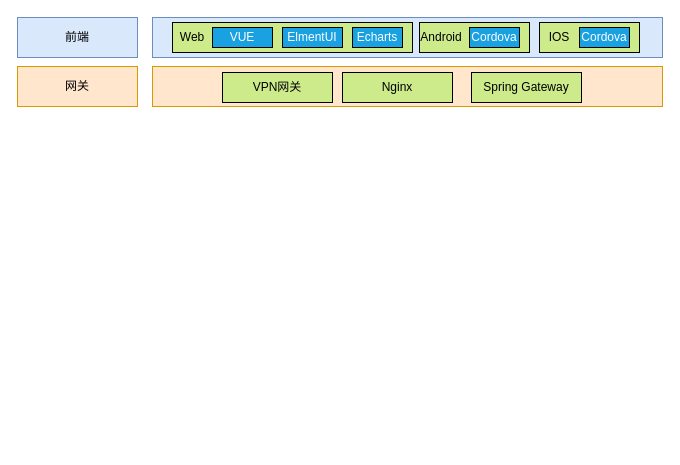
Earlier version of the draw.io diagram IETP架构.drawio (DemonHan/KuickBuy). Source tidied: cells renumbered, new cells numbered last; positions are measured from the earlier drawing's top-left corner, leaving out a move shared by most shapes. Both pictures are drawn from the tidied source at 100%, with x=0, y=0 at pixel (17, 17).
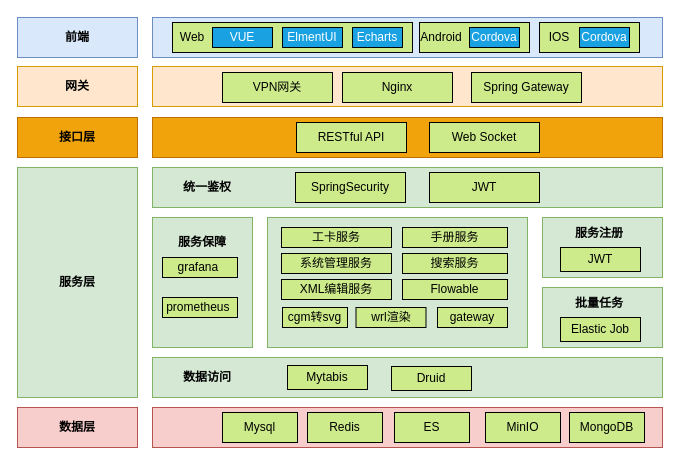
The same diagram, later.

The edit, as a diff of the source:
```diff
@@
-    <mxCell id="2" value="前端" style="rounded=0;whiteSpace=wrap;html=1;fillColor=#dae8fc;strokeColor=#6c8ebf;" parent="1" vertex="1">
+    <mxCell id="2" value="前端" style="rounded=0;whiteSpace=wrap;html=1;fillColor=#dae8fc;strokeColor=#6c8ebf;fontStyle=1;" parent="1" vertex="1">
       <mxGeometry width="120" height="40" as="geometry" />
     </mxCell>
@@
-    <mxCell id="15" value="网关" style="rounded=0;whiteSpace=wrap;html=1;fillColor=#ffe6cc;strokeColor=#d79b00;" parent="1" vertex="1">
+    <mxCell id="15" value="网关" style="rounded=0;whiteSpace=wrap;html=1;fillColor=#ffe6cc;strokeColor=#d79b00;fontStyle=1;" parent="1" vertex="1">
       <mxGeometry y="49" width="120" height="40" as="geometry" />
     </mxCell>
@@
+    <mxCell id="20" value="接口层" style="rounded=0;whiteSpace=wrap;html=1;fillColor=#f0a30a;strokeColor=#BD7000;fontColor=#000000;fontStyle=1;" parent="1" vertex="1">
+      <mxGeometry y="100" width="120" height="40" as="geometry" />
+    </mxCell>
+    <mxCell id="21" style="rounded=0;whiteSpace=wrap;html=1;fillColor=#f0a30a;strokeColor=#BD7000;fontColor=#000000;" parent="1" vertex="1">
+      <mxGeometry x="135" y="100" width="510" height="40" as="geometry" />
+    </mxCell>
+    <mxCell id="22" value="RESTful API" style="rounded=0;whiteSpace=wrap;html=1;fillColor=#CDEB8B;" parent="1" vertex="1">
+      <mxGeometry x="279" y="105" width="110" height="30" as="geometry" />
+    </mxCell>
+    <mxCell id="23" value="Web Socket" style="rounded=0;whiteSpace=wrap;html=1;fillColor=#CDEB8B;" parent="1" vertex="1">
+      <mxGeometry x="412" y="105" width="110" height="30" as="geometry" />
+    </mxCell>
+    <mxCell id="24" value="服务层" style="rounded=0;whiteSpace=wrap;html=1;fillColor=#d5e8d4;strokeColor=#82b366;fontStyle=1;" parent="1" vertex="1">
+      <mxGeometry y="150" width="120" height="230" as="geometry" />
+    </mxCell>
+    <mxCell id="25" style="rounded=0;whiteSpace=wrap;html=1;fillColor=#d5e8d4;strokeColor=#82b366;" parent="1" vertex="1">
+      <mxGeometry x="135" y="150" width="510" height="40" as="geometry" />
+    </mxCell>
+    <mxCell id="26" value="统一鉴权" style="text;html=1;strokeColor=none;fillColor=none;align=center;verticalAlign=middle;whiteSpace=wrap;rounded=0;fontStyle=1;" parent="1" vertex="1">
+      <mxGeometry x="160" y="155" width="60" height="30" as="geometry" />
+    </mxCell>
+    <mxCell id="27" value="SpringSecurity" style="rounded=0;whiteSpace=wrap;html=1;fillColor=#CDEB8B;" parent="1" vertex="1">
+      <mxGeometry x="278" y="155" width="110" height="30" as="geometry" />
+    </mxCell>
+    <mxCell id="28" value="JWT" style="rounded=0;whiteSpace=wrap;html=1;fillColor=#CDEB8B;" parent="1" vertex="1">
+      <mxGeometry x="412" y="155" width="110" height="30" as="geometry" />
+    </mxCell>
+    <mxCell id="29" style="rounded=0;whiteSpace=wrap;html=1;fillColor=#d5e8d4;strokeColor=#82b366;" parent="1" vertex="1">
+      <mxGeometry x="250" y="200" width="260" height="130" as="geometry" />
+    </mxCell>
+    <mxCell id="30" style="rounded=0;whiteSpace=wrap;html=1;fillColor=#d5e8d4;strokeColor=#82b366;" parent="1" vertex="1">
+      <mxGeometry x="135" y="200" width="100" height="130" as="geometry" />
+    </mxCell>
+    <mxCell id="31" value="服务保障" style="text;html=1;strokeColor=none;fillColor=none;align=center;verticalAlign=middle;whiteSpace=wrap;rounded=0;fontStyle=1;" parent="1" vertex="1">
+      <mxGeometry x="155" y="210" width="60" height="30" as="geometry" />
+    </mxCell>
+    <mxCell id="32" value="grafana&amp;nbsp;" style="rounded=0;whiteSpace=wrap;html=1;fillColor=#CDEB8B;" parent="1" vertex="1">
+      <mxGeometry x="145" y="240" width="75" height="20" as="geometry" />
+    </mxCell>
+    <mxCell id="33" value="prometheus&amp;nbsp;" style="rounded=0;whiteSpace=wrap;html=1;fillColor=#CDEB8B;" parent="1" vertex="1">
+      <mxGeometry x="145" y="280" width="75" height="20" as="geometry" />
+    </mxCell>
+    <mxCell id="34" value="工卡服务" style="rounded=0;whiteSpace=wrap;html=1;fillColor=#CDEB8B;" parent="1" vertex="1">
+      <mxGeometry x="264" y="210" width="110" height="20" as="geometry" />
+    </mxCell>
+    <mxCell id="35" value="手册服务" style="rounded=0;whiteSpace=wrap;html=1;fillColor=#CDEB8B;" parent="1" vertex="1">
+      <mxGeometry x="385" y="210" width="105" height="20" as="geometry" />
+    </mxCell>
+    <mxCell id="36" value="系统管理服务" style="rounded=0;whiteSpace=wrap;html=1;fillColor=#CDEB8B;" parent="1" vertex="1">
+      <mxGeometry x="264" y="236" width="110" height="20" as="geometry" />
+    </mxCell>
+    <mxCell id="37" value="搜索服务" style="rounded=0;whiteSpace=wrap;html=1;fillColor=#CDEB8B;" parent="1" vertex="1">
+      <mxGeometry x="385" y="236" width="105" height="20" as="geometry" />
+    </mxCell>
+    <mxCell id="38" value="XML编辑服务" style="rounded=0;whiteSpace=wrap;html=1;fillColor=#CDEB8B;" parent="1" vertex="1">
+      <mxGeometry x="264" y="262" width="110" height="20" as="geometry" />
+    </mxCell>
+    <mxCell id="39" value="cgm转svg" style="rounded=0;whiteSpace=wrap;html=1;fillColor=#CDEB8B;" parent="1" vertex="1">
+      <mxGeometry x="265" y="290" width="65" height="20" as="geometry" />
+    </mxCell>
+    <mxCell id="40" value="wrl渲染" style="rounded=0;whiteSpace=wrap;html=1;fillColor=#CDEB8B;" parent="1" vertex="1">
+      <mxGeometry x="338.5" y="290" width="70" height="20" as="geometry" />
+    </mxCell>
+    <mxCell id="41" value="gateway" style="rounded=0;whiteSpace=wrap;html=1;fillColor=#CDEB8B;" parent="1" vertex="1">
+      <mxGeometry x="420" y="290" width="70" height="20" as="geometry" />
+    </mxCell>
+    <mxCell id="42" value="Flowable" style="rounded=0;whiteSpace=wrap;html=1;fillColor=#CDEB8B;" parent="1" vertex="1">
+      <mxGeometry x="385" y="262" width="105" height="20" as="geometry" />
+    </mxCell>
+    <mxCell id="43" style="rounded=0;whiteSpace=wrap;html=1;fillColor=#d5e8d4;strokeColor=#82b366;" parent="1" vertex="1">
+      <mxGeometry x="525" y="200" width="120" height="60" as="geometry" />
+    </mxCell>
+    <mxCell id="44" value="服务注册" style="text;html=1;strokeColor=none;fillColor=none;align=center;verticalAlign=middle;whiteSpace=wrap;rounded=0;fontStyle=1;" parent="1" vertex="1">
+      <mxGeometry x="552" y="201" width="60" height="30" as="geometry" />
+    </mxCell>
+    <mxCell id="45" value="JWT" style="rounded=0;whiteSpace=wrap;html=1;fillColor=#CDEB8B;" parent="1" vertex="1">
+      <mxGeometry x="543" y="230" width="80" height="24" as="geometry" />
+    </mxCell>
+    <mxCell id="46" style="rounded=0;whiteSpace=wrap;html=1;fillColor=#d5e8d4;strokeColor=#82b366;" parent="1" vertex="1">
+      <mxGeometry x="525" y="270" width="120" height="60" as="geometry" />
+    </mxCell>
+    <mxCell id="47" value="批量任务" style="text;html=1;strokeColor=none;fillColor=none;align=center;verticalAlign=middle;whiteSpace=wrap;rounded=0;fontStyle=1;" parent="1" vertex="1">
+      <mxGeometry x="552" y="271" width="60" height="29" as="geometry" />
+    </mxCell>
+    <mxCell id="48" value="Elastic Job" style="rounded=0;whiteSpace=wrap;html=1;fillColor=#CDEB8B;" parent="1" vertex="1">
+      <mxGeometry x="543" y="300" width="80" height="24" as="geometry" />
+    </mxCell>
+    <mxCell id="49" style="rounded=0;whiteSpace=wrap;html=1;fillColor=#d5e8d4;strokeColor=#82b366;" parent="1" vertex="1">
+      <mxGeometry x="135" y="340" width="510" height="40" as="geometry" />
+    </mxCell>
+    <mxCell id="50" value="数据访问" style="text;html=1;strokeColor=none;fillColor=none;align=center;verticalAlign=middle;whiteSpace=wrap;rounded=0;fontStyle=1;" parent="1" vertex="1">
+      <mxGeometry x="160" y="345" width="60" height="30" as="geometry" />
+    </mxCell>
+    <mxCell id="51" value="Mytabis" style="rounded=0;whiteSpace=wrap;html=1;fillColor=#CDEB8B;" parent="1" vertex="1">
+      <mxGeometry x="270" y="348" width="80" height="24" as="geometry" />
+    </mxCell>
+    <mxCell id="52" value="Druid" style="rounded=0;whiteSpace=wrap;html=1;fillColor=#CDEB8B;" parent="1" vertex="1">
+      <mxGeometry x="374" y="349" width="80" height="24" as="geometry" />
+    </mxCell>
+    <mxCell id="53" value="数据层" style="rounded=0;whiteSpace=wrap;html=1;fillColor=#f8cecc;strokeColor=#b85450;fontStyle=1;" parent="1" vertex="1">
+      <mxGeometry y="390" width="120" height="40" as="geometry" />
+    </mxCell>
+    <mxCell id="54" style="rounded=0;whiteSpace=wrap;html=1;fillColor=#f8cecc;strokeColor=#b85450;" parent="1" vertex="1">
+      <mxGeometry x="135" y="390" width="510" height="40" as="geometry" />
+    </mxCell>
+    <mxCell id="55" value="Mysql" style="rounded=0;whiteSpace=wrap;html=1;fillColor=#CDEB8B;" parent="1" vertex="1">
+      <mxGeometry x="205" y="395" width="75" height="30" as="geometry" />
+    </mxCell>
+    <mxCell id="56" value="Redis" style="rounded=0;whiteSpace=wrap;html=1;fillColor=#CDEB8B;" parent="1" vertex="1">
+      <mxGeometry x="290" y="395" width="75" height="30" as="geometry" />
+    </mxCell>
+    <mxCell id="57" value="ES" style="rounded=0;whiteSpace=wrap;html=1;fillColor=#CDEB8B;" parent="1" vertex="1">
+      <mxGeometry x="377" y="395" width="75" height="30" as="geometry" />
+    </mxCell>
+    <mxCell id="58" value="MinIO" style="rounded=0;whiteSpace=wrap;html=1;fillColor=#CDEB8B;" parent="1" vertex="1">
+      <mxGeometry x="468" y="395" width="75" height="30" as="geometry" />
+    </mxCell>
+    <mxCell id="59" value="MongoDB" style="rounded=0;whiteSpace=wrap;html=1;fillColor=#CDEB8B;" parent="1" vertex="1">
+      <mxGeometry x="552" y="395" width="75" height="30" as="geometry" />
+    </mxCell>
```
